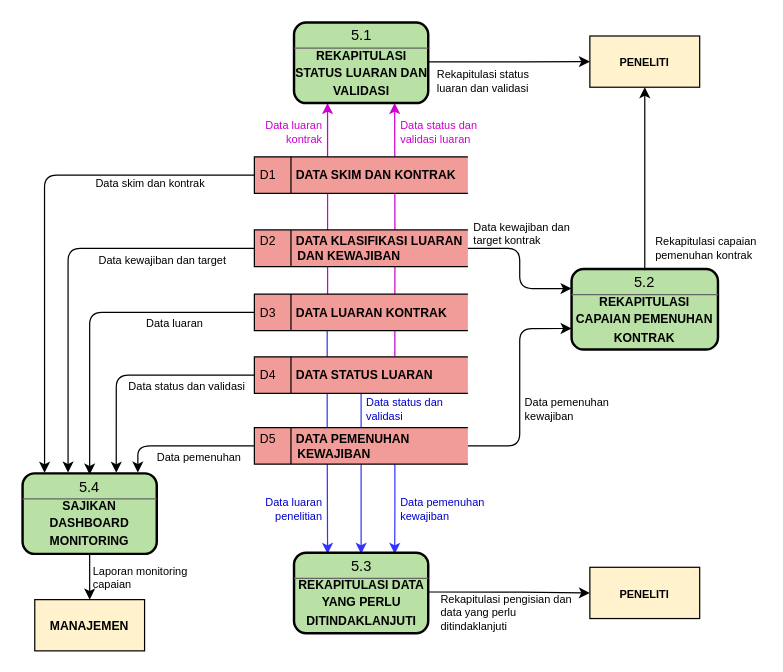
krizal8749-ops/Ideabox keeps this draw.io diagram as page "Level 1 (5)" (7 of 7) of Monitoring Luaran.drawio. Above is the earlier version. Source tidied: cells renumbered, new cells numbered last; positions are measured from the earlier drawing's top-left corner, leaving out a move shared by most shapes. Both pictures are drawn from the tidied source at 122%, with x=0, y=0 at pixel (22, 22).
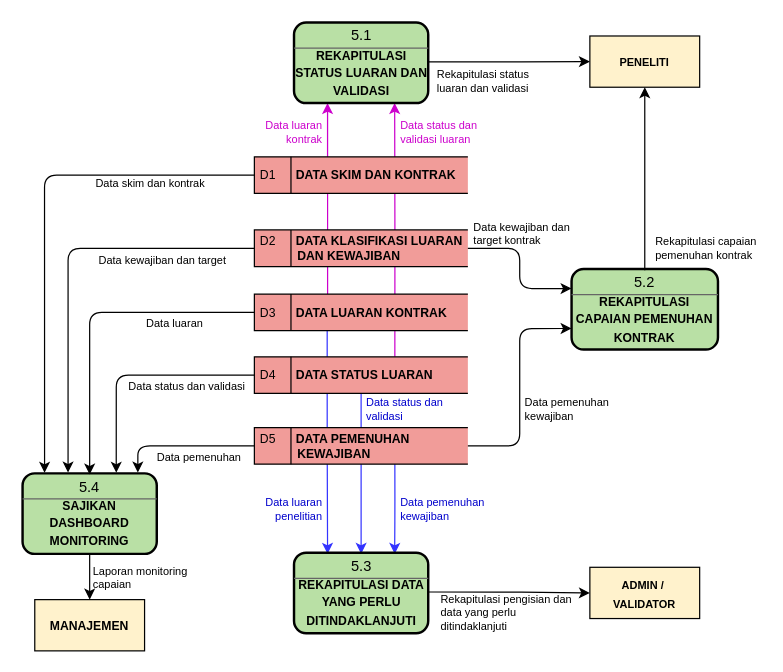
After the change.

The edit, as a diff of the source:
```diff
@@
-    <mxCell id="50" value="&lt;font style=&quot;font-size: 9px;&quot;&gt;&lt;b style=&quot;&quot;&gt;PENELITI&lt;/b&gt;&lt;/font&gt;" style="html=1;dashed=0;whiteSpace=wrap;fillColor=#FFF2CC;" parent="1" vertex="1">
+    <mxCell id="50" value="&lt;font style=&quot;font-size: 9px;&quot;&gt;&lt;b style=&quot;&quot;&gt;ADMIN /&amp;nbsp;&lt;/b&gt;&lt;/font&gt;&lt;div&gt;&lt;font style=&quot;font-size: 9px;&quot;&gt;&lt;b style=&quot;&quot;&gt;VALIDATOR&lt;/b&gt;&lt;/font&gt;&lt;/div&gt;" style="html=1;dashed=0;whiteSpace=wrap;fillColor=#FFF2CC;" parent="1" vertex="1">
       <mxGeometry x="465" y="446.5" width="90" height="42" as="geometry" />
     </mxCell>
```
